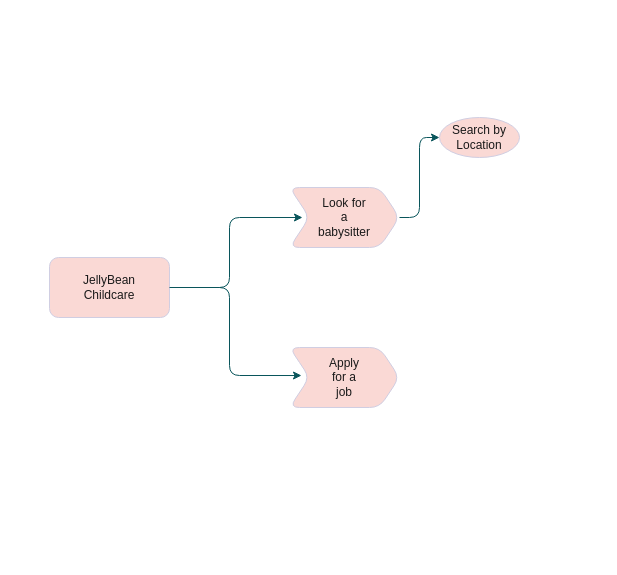
The draw.io diagram Untitled Diagram.drawio in Deeshti/cs, before the edit. Source tidied: cells renumbered, new cells numbered last; positions are measured from the earlier drawing's top-left corner, leaving out a move shared by most shapes. Both pictures are drawn from the tidied source at 100%, with x=0, y=0 at pixel (49, 117).
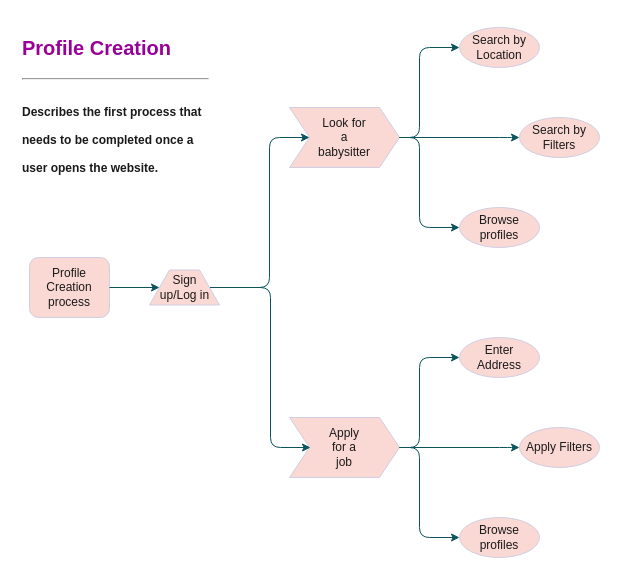
The same diagram, later.

The edit, as a diff of the source:
```diff
@@
-    <mxCell id="2" style="edgeStyle=orthogonalEdgeStyle;rounded=1;jettySize=auto;html=1;strokeColor=#09555B;fontColor=#1A1A1A;entryX=0.118;entryY=0.5;entryDx=0;entryDy=0;entryPerimeter=0;" parent="1" edge="1" source="3" target="5">
+    <mxCell id="2" style="edgeStyle=orthogonalEdgeStyle;rounded=1;jettySize=auto;html=1;strokeColor=#09555B;fontColor=#1A1A1A;entryX=0;entryY=0.5;entryDx=0;entryDy=0;" parent="1" edge="1" source="19" target="5">
       <mxGeometry relative="1" as="geometry">
         <Array as="points">
-          <mxPoint x="180" y="170" />
-          <mxPoint x="180" y="100" />
+          <mxPoint x="220" y="170" />
+          <mxPoint x="220" y="20" />
         </Array>
       </mxGeometry>
     </mxCell>
     <mxCell id="3" style="whiteSpace=wrap;html=1;strokeColor=#D0CEE2;fillColor=#FAD9D5;fontColor=#1A1A1A;rounded=1;" parent="1" vertex="1">
-      <mxGeometry y="140" width="120" height="60" as="geometry" />
+      <mxGeometry x="-20" y="140" width="80" height="60" as="geometry" />
     </mxCell>
-    <mxCell id="4" value="JellyBean Childcare" style="text;html=1;strokeColor=none;fillColor=none;align=center;verticalAlign=middle;whiteSpace=wrap;fontColor=#1A1A1A;rounded=1;" parent="1" vertex="1">
-      <mxGeometry x="40" y="160" width="40" height="20" as="geometry" />
+    <mxCell id="4" value="Profile Creation process" style="text;html=1;strokeColor=none;fillColor=none;align=center;verticalAlign=middle;whiteSpace=wrap;fontColor=#1A1A1A;rounded=1;" parent="1" vertex="1">
+      <mxGeometry y="160" width="40" height="20" as="geometry" />
     </mxCell>
-    <mxCell id="5" style="shape=step;perimeter=stepPerimeter;whiteSpace=wrap;html=1;fixedSize=1;rounded=1;fontColor=#1A1A1A;strokeColor=#D0CEE2;fillColor=#FAD9D5;size=20;" parent="1" vertex="1">
-      <mxGeometry x="240" y="70" width="110" height="60" as="geometry" />
+    <mxCell id="5" style="shape=step;perimeter=stepPerimeter;whiteSpace=wrap;html=1;fixedSize=1;rounded=0;fontColor=#1A1A1A;strokeColor=#D0CEE2;fillColor=#FAD9D5;size=20;" parent="1" vertex="1">
+      <mxGeometry x="240" y="-10" width="110" height="60" as="geometry" />
     </mxCell>
-    <mxCell id="6" style="edgeStyle=orthogonalEdgeStyle;rounded=1;jettySize=auto;html=1;strokeColor=#09555B;fontColor=#1A1A1A;entryX=0;entryY=0.5;entryDx=0;entryDy=0;" parent="1" edge="1" target="11">
+    <mxCell id="6" style="edgeStyle=orthogonalEdgeStyle;rounded=1;jettySize=auto;html=1;strokeColor=#09555B;fontColor=#1A1A1A;entryX=0;entryY=0.5;entryDx=0;entryDy=0;exitX=1;exitY=0.5;exitDx=0;exitDy=0;" parent="1" edge="1" source="5" target="11">
       <mxGeometry relative="1" as="geometry">
-        <mxPoint x="350" y="100" as="sourcePoint" />
         <Array as="points">
-          <mxPoint x="370" y="100" />
           <mxPoint x="370" y="20" />
+          <mxPoint x="370" y="-70" />
         </Array>
       </mxGeometry>
     </mxCell>
     <mxCell id="7" value="Look for a babysitter" style="text;html=1;strokeColor=none;fillColor=none;align=center;verticalAlign=middle;whiteSpace=wrap;rounded=0;fontColor=#1A1A1A;" parent="1" vertex="1">
-      <mxGeometry x="275" y="90" width="40" height="20" as="geometry" />
+      <mxGeometry x="275" y="10" width="40" height="20" as="geometry" />
     </mxCell>
-    <mxCell id="8" style="shape=step;perimeter=stepPerimeter;whiteSpace=wrap;html=1;fixedSize=1;rounded=1;fontColor=#1A1A1A;strokeColor=#D0CEE2;fillColor=#FAD9D5;size=20;" parent="1" vertex="1">
-      <mxGeometry x="240" y="230" width="110" height="60" as="geometry" />
+    <mxCell id="8" style="shape=step;perimeter=stepPerimeter;whiteSpace=wrap;html=1;fixedSize=1;rounded=0;fontColor=#1A1A1A;strokeColor=#D0CEE2;fillColor=#FAD9D5;size=20;" parent="1" vertex="1">
+      <mxGeometry x="240" y="300" width="110" height="60" as="geometry" />
     </mxCell>
-    <mxCell id="9" style="edgeStyle=orthogonalEdgeStyle;rounded=1;jettySize=auto;html=1;strokeColor=#09555B;fontColor=#1A1A1A;exitX=1;exitY=0.5;exitDx=0;exitDy=0;entryX=0.109;entryY=0.467;entryDx=0;entryDy=0;entryPerimeter=0;" parent="1" edge="1" source="3" target="8">
+    <mxCell id="9" style="edgeStyle=orthogonalEdgeStyle;rounded=1;jettySize=auto;html=1;strokeColor=#09555B;fontColor=#1A1A1A;exitX=1;exitY=0.5;exitDx=0;exitDy=0;entryX=0;entryY=0.5;entryDx=0;entryDy=0;" parent="1" edge="1" source="19">
       <mxGeometry relative="1" as="geometry">
+        <mxPoint x="261" y="330" as="targetPoint" />
         <Array as="points">
-          <mxPoint x="180" y="170" />
-          <mxPoint x="180" y="258" />
+          <mxPoint x="221" y="170" />
+          <mxPoint x="221" y="330" />
         </Array>
       </mxGeometry>
     </mxCell>
     <mxCell id="10" value="Apply for a job" style="text;html=1;strokeColor=none;fillColor=none;align=center;verticalAlign=middle;whiteSpace=wrap;rounded=0;fontColor=#1A1A1A;" parent="1" vertex="1">
-      <mxGeometry x="275" y="250" width="40" height="20" as="geometry" />
+      <mxGeometry x="275" y="320" width="40" height="20" as="geometry" />
     </mxCell>
     <mxCell id="11" style="ellipse;whiteSpace=wrap;html=1;rounded=1;strokeColor=#D0CEE2;fillColor=#FAD9D5;fontColor=#1A1A1A;" parent="1" vertex="1">
-      <mxGeometry x="390" width="80" height="40" as="geometry" />
+      <mxGeometry x="410" y="-90" width="80" height="40" as="geometry" />
     </mxCell>
     <mxCell id="12" value="Search by Location" style="text;html=1;strokeColor=none;fillColor=none;align=center;verticalAlign=middle;whiteSpace=wrap;rounded=0;fontColor=#1A1A1A;" parent="1" vertex="1">
-      <mxGeometry x="400" y="10" width="60" height="20" as="geometry" />
+      <mxGeometry x="420" y="-80" width="60" height="20" as="geometry" />
     </mxCell>
+    <mxCell id="13" style="ellipse;whiteSpace=wrap;html=1;rounded=1;strokeColor=#D0CEE2;fillColor=#FAD9D5;fontColor=#1A1A1A;" parent="1" vertex="1">
+      <mxGeometry x="470" width="80" height="40" as="geometry" />
+    </mxCell>
+    <mxCell id="14" value="Search by Filters" style="text;html=1;strokeColor=none;fillColor=none;align=center;verticalAlign=middle;whiteSpace=wrap;rounded=0;fontColor=#1A1A1A;" parent="1" vertex="1">
+      <mxGeometry x="475" y="10" width="70" height="20" as="geometry" />
+    </mxCell>
+    <mxCell id="15" style="edgeStyle=orthogonalEdgeStyle;rounded=1;jettySize=auto;html=1;strokeColor=#09555B;fontColor=#1A1A1A;entryX=0;entryY=0.5;entryDx=0;entryDy=0;exitX=1;exitY=0.5;exitDx=0;exitDy=0;" parent="1" edge="1" source="5" target="13">
+      <mxGeometry relative="1" as="geometry">
+        <Array as="points">
+          <mxPoint x="460" y="20" />
+        </Array>
+      </mxGeometry>
+    </mxCell>
+    <mxCell id="16" style="ellipse;whiteSpace=wrap;html=1;rounded=1;strokeColor=#D0CEE2;fillColor=#FAD9D5;fontColor=#1A1A1A;" parent="1" vertex="1">
+      <mxGeometry x="410" y="90" width="80" height="40" as="geometry" />
+    </mxCell>
+    <mxCell id="17" value="Browse profiles" style="text;html=1;strokeColor=none;fillColor=none;align=center;verticalAlign=middle;whiteSpace=wrap;rounded=0;fontColor=#1A1A1A;" parent="1" vertex="1">
+      <mxGeometry x="420" y="100" width="60" height="20" as="geometry" />
+    </mxCell>
+    <mxCell id="18" style="edgeStyle=orthogonalEdgeStyle;rounded=1;jettySize=auto;html=1;strokeColor=#09555B;fontColor=#1A1A1A;exitX=1;exitY=0.5;exitDx=0;exitDy=0;entryX=0;entryY=0.5;entryDx=0;entryDy=0;" parent="1" edge="1" source="5" target="16">
+      <mxGeometry relative="1" as="geometry">
+        <Array as="points">
+          <mxPoint x="370" y="20" />
+          <mxPoint x="370" y="110" />
+        </Array>
+      </mxGeometry>
+    </mxCell>
+    <mxCell id="19" style="shape=trapezoid;perimeter=trapezoidPerimeter;whiteSpace=wrap;html=1;fixedSize=1;rounded=0;strokeColor=#D0CEE2;fillColor=#FAD9D5;fontColor=#1A1A1A;" parent="1" vertex="1">
+      <mxGeometry x="100" y="152.5" width="70" height="35" as="geometry" />
+    </mxCell>
+    <mxCell id="20" style="edgeStyle=orthogonalEdgeStyle;rounded=1;jettySize=auto;html=1;strokeColor=#09555B;fontColor=#1A1A1A;entryX=0;entryY=0.5;entryDx=0;entryDy=0;" parent="1" edge="1" source="3" target="19">
+      <mxGeometry relative="1" as="geometry" />
+    </mxCell>
+    <mxCell id="21" value="Sign up/Log in" style="text;html=1;strokeColor=none;fillColor=none;align=center;verticalAlign=middle;whiteSpace=wrap;rounded=0;fontColor=#1A1A1A;" parent="1" vertex="1">
+      <mxGeometry x="107.5" y="152.5" width="55" height="35" as="geometry" />
+    </mxCell>
+    <mxCell id="22" style="edgeStyle=orthogonalEdgeStyle;rounded=1;jettySize=auto;html=1;strokeColor=#09555B;fontColor=#1A1A1A;entryX=0;entryY=0.5;entryDx=0;entryDy=0;exitX=1;exitY=0.5;exitDx=0;exitDy=0;" parent="1" edge="1" target="23">
+      <mxGeometry relative="1" as="geometry">
+        <mxPoint x="350" y="330" as="sourcePoint" />
+        <Array as="points">
+          <mxPoint x="370" y="330" />
+          <mxPoint x="370" y="240" />
+        </Array>
+      </mxGeometry>
+    </mxCell>
+    <mxCell id="23" style="ellipse;whiteSpace=wrap;html=1;rounded=1;strokeColor=#D0CEE2;fillColor=#FAD9D5;fontColor=#1A1A1A;" parent="1" vertex="1">
+      <mxGeometry x="410" y="220" width="80" height="40" as="geometry" />
+    </mxCell>
+    <mxCell id="24" value="Enter Address" style="text;html=1;strokeColor=none;fillColor=none;align=center;verticalAlign=middle;whiteSpace=wrap;rounded=0;fontColor=#1A1A1A;" parent="1" vertex="1">
+      <mxGeometry x="420" y="230" width="60" height="20" as="geometry" />
+    </mxCell>
+    <mxCell id="25" style="ellipse;whiteSpace=wrap;html=1;rounded=1;strokeColor=#D0CEE2;fillColor=#FAD9D5;fontColor=#1A1A1A;" parent="1" vertex="1">
+      <mxGeometry x="470" y="310" width="80" height="40" as="geometry" />
+    </mxCell>
+    <mxCell id="26" value="Apply Filters" style="text;html=1;strokeColor=none;fillColor=none;align=center;verticalAlign=middle;whiteSpace=wrap;rounded=0;fontColor=#1A1A1A;" parent="1" vertex="1">
+      <mxGeometry x="475" y="320" width="70" height="20" as="geometry" />
+    </mxCell>
+    <mxCell id="27" style="edgeStyle=orthogonalEdgeStyle;rounded=1;jettySize=auto;html=1;strokeColor=#09555B;fontColor=#1A1A1A;entryX=0;entryY=0.5;entryDx=0;entryDy=0;exitX=1;exitY=0.5;exitDx=0;exitDy=0;" parent="1" edge="1" target="25">
+      <mxGeometry relative="1" as="geometry">
+        <mxPoint x="350" y="330" as="sourcePoint" />
+        <Array as="points">
+          <mxPoint x="460" y="330" />
+        </Array>
+      </mxGeometry>
+    </mxCell>
+    <mxCell id="28" style="ellipse;whiteSpace=wrap;html=1;rounded=1;strokeColor=#D0CEE2;fillColor=#FAD9D5;fontColor=#1A1A1A;" parent="1" vertex="1">
+      <mxGeometry x="410" y="400" width="80" height="40" as="geometry" />
+    </mxCell>
+    <mxCell id="29" value="Browse profiles" style="text;html=1;strokeColor=none;fillColor=none;align=center;verticalAlign=middle;whiteSpace=wrap;rounded=0;fontColor=#1A1A1A;" parent="1" vertex="1">
+      <mxGeometry x="420" y="410" width="60" height="20" as="geometry" />
+    </mxCell>
+    <mxCell id="30" style="edgeStyle=orthogonalEdgeStyle;rounded=1;jettySize=auto;html=1;strokeColor=#09555B;fontColor=#1A1A1A;exitX=1;exitY=0.5;exitDx=0;exitDy=0;entryX=0;entryY=0.5;entryDx=0;entryDy=0;" parent="1" edge="1" target="28">
+      <mxGeometry relative="1" as="geometry">
+        <mxPoint x="350" y="330" as="sourcePoint" />
+        <Array as="points">
+          <mxPoint x="370" y="330" />
+          <mxPoint x="370" y="420" />
+        </Array>
+      </mxGeometry>
+    </mxCell>
+    <mxCell id="31" value="&lt;p style=&quot;line-height: 60%&quot;&gt;&lt;/p&gt;&lt;h1&gt;&lt;font style=&quot;font-size: 20px&quot; color=&quot;#990099&quot;&gt;Profile Creation&lt;/font&gt;&lt;/h1&gt;&lt;hr&gt;&lt;h1 style=&quot;font-size: 23px&quot;&gt;&lt;span style=&quot;font-size: 12px&quot;&gt;Describes the first process that needs to be completed once a user opens the website.&lt;/span&gt;&lt;/h1&gt;&lt;p&gt;&lt;/p&gt;" style="text;html=1;strokeColor=none;fillColor=none;spacing=5;spacingTop=-20;whiteSpace=wrap;overflow=hidden;rounded=0;fontColor=#1A1A1A;perimeterSpacing=0;" parent="1" vertex="1">
+      <mxGeometry x="-32.5" y="-90" width="195" height="150" as="geometry" />
+    </mxCell>
```
